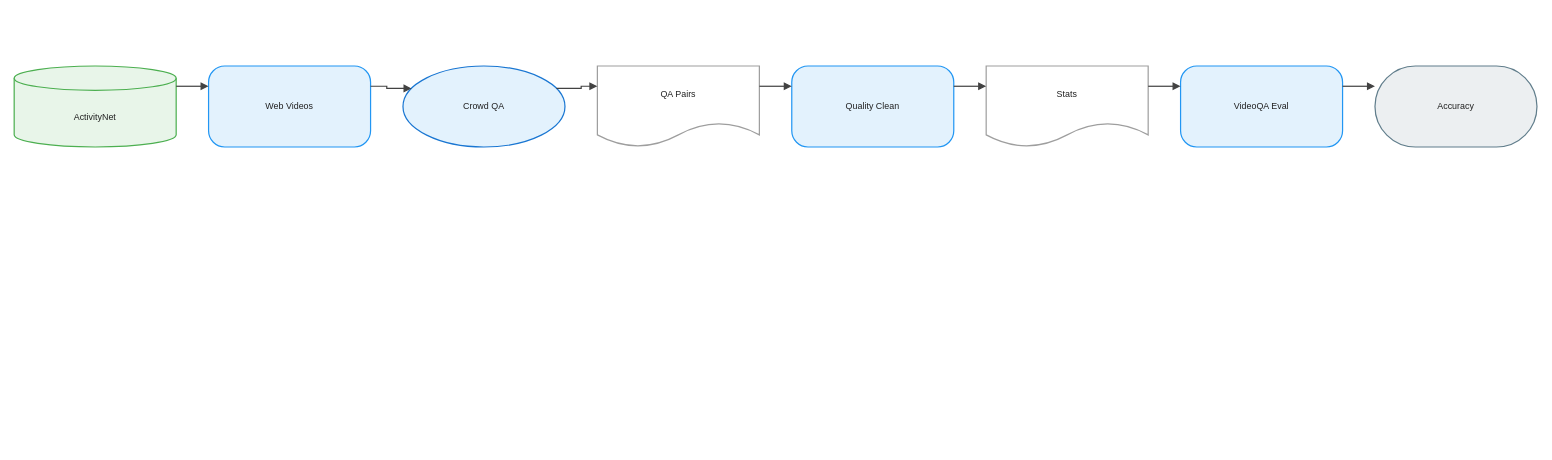
Before: client/public/drawio/ActivityNet-QA/ActivityNet-QA.en.drawio in joe1chief/benchmark-hub, a draw.io diagram. Source tidied: cells renumbered, new cells numbered last; positions are measured from the earlier drawing's top-left corner, leaving out a move shared by most shapes. Both pictures are drawn from the tidied source at 81%, with x=0, y=0 at pixel (14, 66).
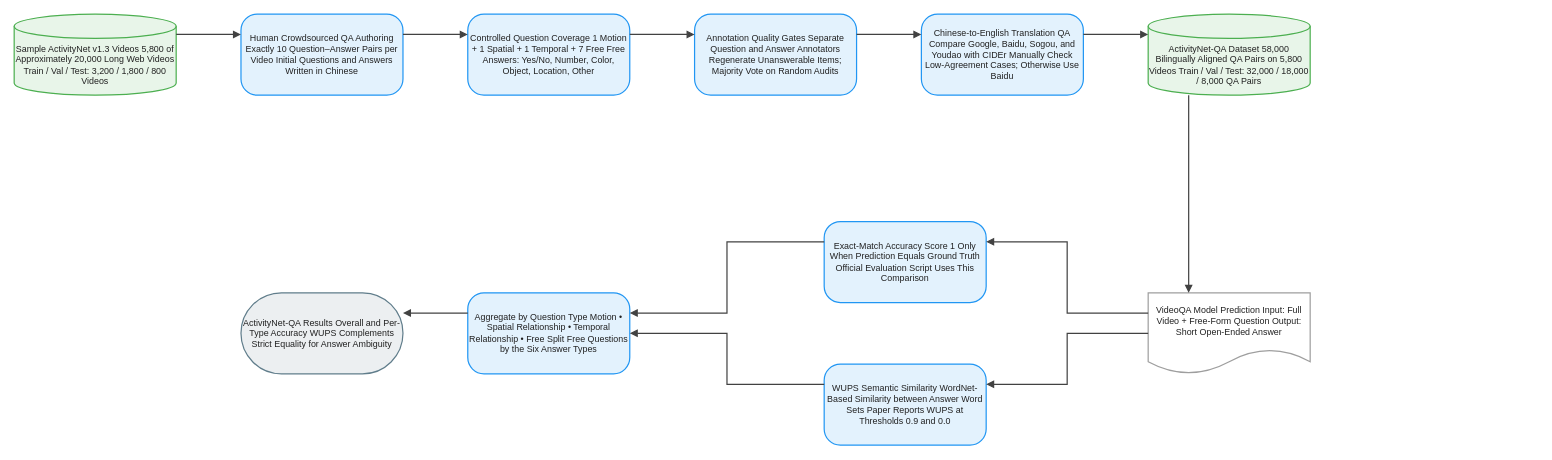
After the change.

Diff of the diagram source:
```diff
@@
-    <mxCell id="2" value="ActivityNet" style="shape=cylinder3;boundedLbl=1;backgroundOutline=1;size=15;html=1;whiteSpace=wrap;fillColor=#E8F5E9;strokeColor=#4CAF50;strokeWidth=1.5;fontColor=#212121;fontSize=11;fontFamily=Arial, Helvetica, sans-serif;verticalAlign=middle;align=center;" parent="1" vertex="1">
-      <mxGeometry width="200" height="100" as="geometry" />
+    <mxCell id="2" value="Sample ActivityNet v1.3 Videos 5,800 of Approximately 20,000 Long Web Videos Train / Val / Test: 3,200 / 1,800 / 800 Videos" style="shape=cylinder3;boundedLbl=1;backgroundOutline=1;size=15;html=1;whiteSpace=wrap;fillColor=#E8F5E9;strokeColor=#4CAF50;strokeWidth=1.5;fontColor=#212121;fontSize=11;fontFamily=Arial, Helvetica, sans-serif;verticalAlign=middle;align=center;" parent="1" vertex="1">
+      <mxGeometry y="-64" width="200" height="100" as="geometry" />
     </mxCell>
-    <mxCell id="3" value="Web Videos" style="rounded=1;arcSize=20;html=1;whiteSpace=wrap;fillColor=#E3F2FD;strokeColor=#2196F3;strokeWidth=1.5;fontColor=#212121;fontSize=11;fontFamily=Arial, Helvetica, sans-serif;verticalAlign=middle;align=center;" parent="1" vertex="1">
-      <mxGeometry x="240" width="200" height="100" as="geometry" />
+    <mxCell id="3" value="Human Crowdsourced QA Authoring Exactly 10 Question–Answer Pairs per Video Initial Questions and Answers Written in Chinese" style="rounded=1;arcSize=20;html=1;whiteSpace=wrap;fillColor=#E3F2FD;strokeColor=#2196F3;strokeWidth=1.5;fontColor=#212121;fontSize=11;fontFamily=Arial, Helvetica, sans-serif;verticalAlign=middle;align=center;" parent="1" vertex="1">
+      <mxGeometry x="280" y="-64" width="200" height="100" as="geometry" />
     </mxCell>
-    <mxCell id="4" value="Crowd QA" style="ellipse;html=1;whiteSpace=wrap;fillColor=#E3F2FD;strokeColor=#1976D2;strokeWidth=1.5;fontColor=#212121;fontSize=11;fontFamily=Arial, Helvetica, sans-serif;verticalAlign=middle;align=center;" parent="1" vertex="1">
-      <mxGeometry x="480" width="200" height="100" as="geometry" />
+    <mxCell id="4" value="Controlled Question Coverage 1 Motion + 1 Spatial + 1 Temporal + 7 Free Free Answers: Yes/No, Number, Color, Object, Location, Other" style="rounded=1;arcSize=20;html=1;whiteSpace=wrap;fillColor=#E3F2FD;strokeColor=#2196F3;strokeWidth=1.5;fontColor=#212121;fontSize=11;fontFamily=Arial, Helvetica, sans-serif;verticalAlign=middle;align=center;" parent="1" vertex="1">
+      <mxGeometry x="560" y="-64" width="200" height="100" as="geometry" />
     </mxCell>
-    <mxCell id="5" value="QA Pairs" style="shape=document;boundedLbl=1;html=1;whiteSpace=wrap;fillColor=#FFFFFF;strokeColor=#9E9E9E;strokeWidth=1.5;fontColor=#212121;fontSize=11;fontFamily=Arial, Helvetica, sans-serif;verticalAlign=middle;align=center;" parent="1" vertex="1">
-      <mxGeometry x="720" width="200" height="100" as="geometry" />
+    <mxCell id="5" value="Annotation Quality Gates Separate Question and Answer Annotators Regenerate Unanswerable Items; Majority Vote on Random Audits" style="rounded=1;arcSize=20;html=1;whiteSpace=wrap;fillColor=#E3F2FD;strokeColor=#2196F3;strokeWidth=1.5;fontColor=#212121;fontSize=11;fontFamily=Arial, Helvetica, sans-serif;verticalAlign=middle;align=center;" parent="1" vertex="1">
+      <mxGeometry x="840" y="-64" width="200" height="100" as="geometry" />
     </mxCell>
-    <mxCell id="6" value="Quality Clean" style="rounded=1;arcSize=20;html=1;whiteSpace=wrap;fillColor=#E3F2FD;strokeColor=#2196F3;strokeWidth=1.5;fontColor=#212121;fontSize=11;fontFamily=Arial, Helvetica, sans-serif;verticalAlign=middle;align=center;" parent="1" vertex="1">
-      <mxGeometry x="960" width="200" height="100" as="geometry" />
+    <mxCell id="6" value="Chinese-to-English Translation QA Compare Google, Baidu, Sogou, and Youdao with CIDEr Manually Check Low-Agreement Cases; Otherwise Use Baidu" style="rounded=1;arcSize=20;html=1;whiteSpace=wrap;fillColor=#E3F2FD;strokeColor=#2196F3;strokeWidth=1.5;fontColor=#212121;fontSize=11;fontFamily=Arial, Helvetica, sans-serif;verticalAlign=middle;align=center;" parent="1" vertex="1">
+      <mxGeometry x="1120" y="-64" width="200" height="100" as="geometry" />
     </mxCell>
-    <mxCell id="7" value="Stats" style="shape=document;boundedLbl=1;html=1;whiteSpace=wrap;fillColor=#FFFFFF;strokeColor=#9E9E9E;strokeWidth=1.5;fontColor=#212121;fontSize=11;fontFamily=Arial, Helvetica, sans-serif;verticalAlign=middle;align=center;" parent="1" vertex="1">
-      <mxGeometry x="1200" width="200" height="100" as="geometry" />
+    <mxCell id="7" value="ActivityNet-QA Dataset 58,000 Bilingually Aligned QA Pairs on 5,800 Videos Train / Val / Test: 32,000 / 18,000 / 8,000 QA Pairs" style="shape=cylinder3;boundedLbl=1;backgroundOutline=1;size=15;html=1;whiteSpace=wrap;fillColor=#E8F5E9;strokeColor=#4CAF50;strokeWidth=1.5;fontColor=#212121;fontSize=11;fontFamily=Arial, Helvetica, sans-serif;verticalAlign=middle;align=center;" parent="1" vertex="1">
+      <mxGeometry x="1400" y="-64" width="200" height="100" as="geometry" />
     </mxCell>
-    <mxCell id="8" value="VideoQA Eval" style="rounded=1;arcSize=20;html=1;whiteSpace=wrap;fillColor=#E3F2FD;strokeColor=#2196F3;strokeWidth=1.5;fontColor=#212121;fontSize=11;fontFamily=Arial, Helvetica, sans-serif;verticalAlign=middle;align=center;" parent="1" vertex="1">
-      <mxGeometry x="1440" width="200" height="100" as="geometry" />
+    <mxCell id="8" value="VideoQA Model Prediction Input: Full Video + Free-Form Question Output: Short Open-Ended Answer" style="shape=document;boundedLbl=1;html=1;whiteSpace=wrap;fillColor=#FFFFFF;strokeColor=#9E9E9E;strokeWidth=1.5;fontColor=#212121;fontSize=11;fontFamily=Arial, Helvetica, sans-serif;verticalAlign=middle;align=center;" parent="1" vertex="1">
+      <mxGeometry x="1400" y="280" width="200" height="100" as="geometry" />
     </mxCell>
-    <mxCell id="9" value="Accuracy" style="rounded=1;arcSize=50;html=1;whiteSpace=wrap;fillColor=#ECEFF1;strokeColor=#607D8B;strokeWidth=1.5;fontColor=#212121;fontSize=11;fontFamily=Arial, Helvetica, sans-serif;verticalAlign=middle;align=center;" parent="1" vertex="1">
-      <mxGeometry x="1680" width="200" height="100" as="geometry" />
+    <mxCell id="9" value="Exact-Match Accuracy Score 1 Only When Prediction Equals Ground Truth Official Evaluation Script Uses This Comparison" style="rounded=1;arcSize=20;html=1;whiteSpace=wrap;fillColor=#E3F2FD;strokeColor=#2196F3;strokeWidth=1.5;fontColor=#212121;fontSize=11;fontFamily=Arial, Helvetica, sans-serif;verticalAlign=middle;align=center;" parent="1" vertex="1">
+      <mxGeometry x="1000" y="192" width="200" height="100" as="geometry" />
     </mxCell>
-    <mxCell id="10" style="edgeStyle=orthogonalEdgeStyle;rounded=0;jettySize=auto;html=1;strokeColor=#424242;strokeWidth=1.5;endArrow=block;endFill=1;exitX=1;exitY=0.25;exitDx=0;exitDy=0;entryX=0;entryY=0.25;entryDx=0;entryDy=0;jumpStyle=arc;jumpSize=8;" parent="1" edge="1" source="2" target="3">
-      <mxGeometry relative="1" as="geometry" />
+    <mxCell id="10" value="WUPS Semantic Similarity WordNet-Based Similarity between Answer Word Sets Paper Reports WUPS at Thresholds 0.9 and 0.0" style="rounded=1;arcSize=20;html=1;whiteSpace=wrap;fillColor=#E3F2FD;strokeColor=#2196F3;strokeWidth=1.5;fontColor=#212121;fontSize=11;fontFamily=Arial, Helvetica, sans-serif;verticalAlign=middle;align=center;" parent="1" vertex="1">
+      <mxGeometry x="1000" y="368" width="200" height="100" as="geometry" />
     </mxCell>
-    <mxCell id="11" style="edgeStyle=orthogonalEdgeStyle;rounded=0;jettySize=auto;html=1;strokeColor=#424242;strokeWidth=1.5;endArrow=block;endFill=1;exitX=1;exitY=0.25;exitDx=0;exitDy=0;entryX=0;entryY=0.25;entryDx=0;entryDy=0;jumpStyle=arc;jumpSize=8;" parent="1" edge="1" source="3" target="4">
-      <mxGeometry relative="1" as="geometry" />
+    <mxCell id="11" value="Aggregate by Question Type Motion • Spatial Relationship • Temporal Relationship • Free Split Free Questions by the Six Answer Types" style="rounded=1;arcSize=20;html=1;whiteSpace=wrap;fillColor=#E3F2FD;strokeColor=#2196F3;strokeWidth=1.5;fontColor=#212121;fontSize=11;fontFamily=Arial, Helvetica, sans-serif;verticalAlign=middle;align=center;" parent="1" vertex="1">
+      <mxGeometry x="560" y="280" width="200" height="100" as="geometry" />
     </mxCell>
-    <mxCell id="12" style="edgeStyle=orthogonalEdgeStyle;rounded=0;jettySize=auto;html=1;strokeColor=#424242;strokeWidth=1.5;endArrow=block;endFill=1;exitX=1;exitY=0.25;exitDx=0;exitDy=0;entryX=0;entryY=0.25;entryDx=0;entryDy=0;jumpStyle=arc;jumpSize=8;" parent="1" edge="1" source="4" target="5">
-      <mxGeometry relative="1" as="geometry" />
+    <mxCell id="12" value="ActivityNet-QA Results Overall and Per-Type Accuracy WUPS Complements Strict Equality for Answer Ambiguity" style="rounded=1;arcSize=50;html=1;whiteSpace=wrap;fillColor=#ECEFF1;strokeColor=#607D8B;strokeWidth=1.5;fontColor=#212121;fontSize=11;fontFamily=Arial, Helvetica, sans-serif;verticalAlign=middle;align=center;" parent="1" vertex="1">
+      <mxGeometry x="280" y="280" width="200" height="100" as="geometry" />
     </mxCell>
-    <mxCell id="13" style="edgeStyle=orthogonalEdgeStyle;rounded=0;jettySize=auto;html=1;strokeColor=#424242;strokeWidth=1.5;endArrow=block;endFill=1;exitX=1;exitY=0.25;exitDx=0;exitDy=0;entryX=0;entryY=0.25;entryDx=0;entryDy=0;jumpStyle=arc;jumpSize=8;" parent="1" edge="1" source="5" target="6">
+    <mxCell id="13" style="edgeStyle=orthogonalEdgeStyle;rounded=0;jettySize=auto;html=1;strokeColor=#424242;strokeWidth=1.5;endArrow=block;endFill=1;exitX=1;exitY=0.25;exitDx=0;exitDy=0;entryX=0;entryY=0.25;entryDx=0;entryDy=0;jumpStyle=arc;jumpSize=8;" parent="1" edge="1" source="2" target="3">
       <mxGeometry relative="1" as="geometry" />
     </mxCell>
-    <mxCell id="14" style="edgeStyle=orthogonalEdgeStyle;rounded=0;jettySize=auto;html=1;strokeColor=#424242;strokeWidth=1.5;endArrow=block;endFill=1;exitX=1;exitY=0.25;exitDx=0;exitDy=0;entryX=0;entryY=0.25;entryDx=0;entryDy=0;jumpStyle=arc;jumpSize=8;" parent="1" edge="1" source="6" target="7">
+    <mxCell id="14" style="edgeStyle=orthogonalEdgeStyle;rounded=0;jettySize=auto;html=1;strokeColor=#424242;strokeWidth=1.5;endArrow=block;endFill=1;exitX=1;exitY=0.25;exitDx=0;exitDy=0;entryX=0;entryY=0.25;entryDx=0;entryDy=0;jumpStyle=arc;jumpSize=8;" parent="1" edge="1" source="3" target="4">
       <mxGeometry relative="1" as="geometry" />
     </mxCell>
-    <mxCell id="15" style="edgeStyle=orthogonalEdgeStyle;rounded=0;jettySize=auto;html=1;strokeColor=#424242;strokeWidth=1.5;endArrow=block;endFill=1;exitX=1;exitY=0.25;exitDx=0;exitDy=0;entryX=0;entryY=0.25;entryDx=0;entryDy=0;jumpStyle=arc;jumpSize=8;" parent="1" edge="1" source="7" target="8">
+    <mxCell id="15" style="edgeStyle=orthogonalEdgeStyle;rounded=0;jettySize=auto;html=1;strokeColor=#424242;strokeWidth=1.5;endArrow=block;endFill=1;exitX=1;exitY=0.25;exitDx=0;exitDy=0;entryX=0;entryY=0.25;entryDx=0;entryDy=0;jumpStyle=arc;jumpSize=8;" parent="1" edge="1" source="4" target="5">
       <mxGeometry relative="1" as="geometry" />
     </mxCell>
-    <mxCell id="16" style="edgeStyle=orthogonalEdgeStyle;rounded=0;jettySize=auto;html=1;strokeColor=#424242;strokeWidth=1.5;endArrow=block;endFill=1;exitX=1;exitY=0.25;exitDx=0;exitDy=0;entryX=0;entryY=0.25;entryDx=0;entryDy=0;jumpStyle=arc;jumpSize=8;" parent="1" edge="1" source="8" target="9">
+    <mxCell id="16" style="edgeStyle=orthogonalEdgeStyle;rounded=0;jettySize=auto;html=1;strokeColor=#424242;strokeWidth=1.5;endArrow=block;endFill=1;exitX=1;exitY=0.25;exitDx=0;exitDy=0;entryX=0;entryY=0.25;entryDx=0;entryDy=0;jumpStyle=arc;jumpSize=8;" parent="1" edge="1" source="5" target="6">
       <mxGeometry relative="1" as="geometry" />
     </mxCell>
+    <mxCell id="17" style="edgeStyle=orthogonalEdgeStyle;rounded=0;jettySize=auto;html=1;strokeColor=#424242;strokeWidth=1.5;endArrow=block;endFill=1;exitX=1;exitY=0.25;exitDx=0;exitDy=0;entryX=0;entryY=0.25;entryDx=0;entryDy=0;jumpStyle=arc;jumpSize=8;" parent="1" edge="1" source="6" target="7">
+      <mxGeometry relative="1" as="geometry" />
+    </mxCell>
+    <mxCell id="18" style="edgeStyle=orthogonalEdgeStyle;rounded=0;jettySize=auto;html=1;strokeColor=#424242;strokeWidth=1.5;endArrow=block;endFill=1;exitX=0.25;exitY=1;exitDx=0;exitDy=0;entryX=0.25;entryY=0;entryDx=0;entryDy=0;jumpStyle=arc;jumpSize=8;" parent="1" edge="1" source="7" target="8">
+      <mxGeometry relative="1" as="geometry" />
+    </mxCell>
+    <mxCell id="19" style="edgeStyle=orthogonalEdgeStyle;rounded=0;jettySize=auto;html=1;strokeColor=#424242;strokeWidth=1.5;endArrow=block;endFill=1;exitX=0;exitY=0.25;exitDx=0;exitDy=0;entryX=1;entryY=0.25;entryDx=0;entryDy=0;jumpStyle=arc;jumpSize=8;" parent="1" edge="1" source="8" target="9">
+      <mxGeometry relative="1" as="geometry" />
+    </mxCell>
+    <mxCell id="20" style="edgeStyle=orthogonalEdgeStyle;rounded=0;jettySize=auto;html=1;strokeColor=#424242;strokeWidth=1.5;endArrow=block;endFill=1;exitX=0;exitY=0.5;exitDx=0;exitDy=0;entryX=1;entryY=0.25;entryDx=0;entryDy=0;jumpStyle=arc;jumpSize=8;" parent="1" edge="1" source="8" target="10">
+      <mxGeometry relative="1" as="geometry" />
+    </mxCell>
+    <mxCell id="21" style="edgeStyle=orthogonalEdgeStyle;rounded=0;jettySize=auto;html=1;strokeColor=#424242;strokeWidth=1.5;endArrow=block;endFill=1;exitX=0;exitY=0.25;exitDx=0;exitDy=0;entryX=1;entryY=0.25;entryDx=0;entryDy=0;jumpStyle=arc;jumpSize=8;" parent="1" edge="1" source="9" target="11">
+      <mxGeometry relative="1" as="geometry" />
+    </mxCell>
+    <mxCell id="22" style="edgeStyle=orthogonalEdgeStyle;rounded=0;jettySize=auto;html=1;strokeColor=#424242;strokeWidth=1.5;endArrow=block;endFill=1;exitX=0;exitY=0.25;exitDx=0;exitDy=0;entryX=1;entryY=0.5;entryDx=0;entryDy=0;jumpStyle=arc;jumpSize=8;" parent="1" edge="1" source="10" target="11">
+      <mxGeometry relative="1" as="geometry" />
+    </mxCell>
+    <mxCell id="23" style="edgeStyle=orthogonalEdgeStyle;rounded=0;jettySize=auto;html=1;strokeColor=#424242;strokeWidth=1.5;endArrow=block;endFill=1;exitX=0;exitY=0.25;exitDx=0;exitDy=0;entryX=1;entryY=0.25;entryDx=0;entryDy=0;jumpStyle=arc;jumpSize=8;" parent="1" edge="1" source="11" target="12">
+      <mxGeometry relative="1" as="geometry" />
+    </mxCell>
```
